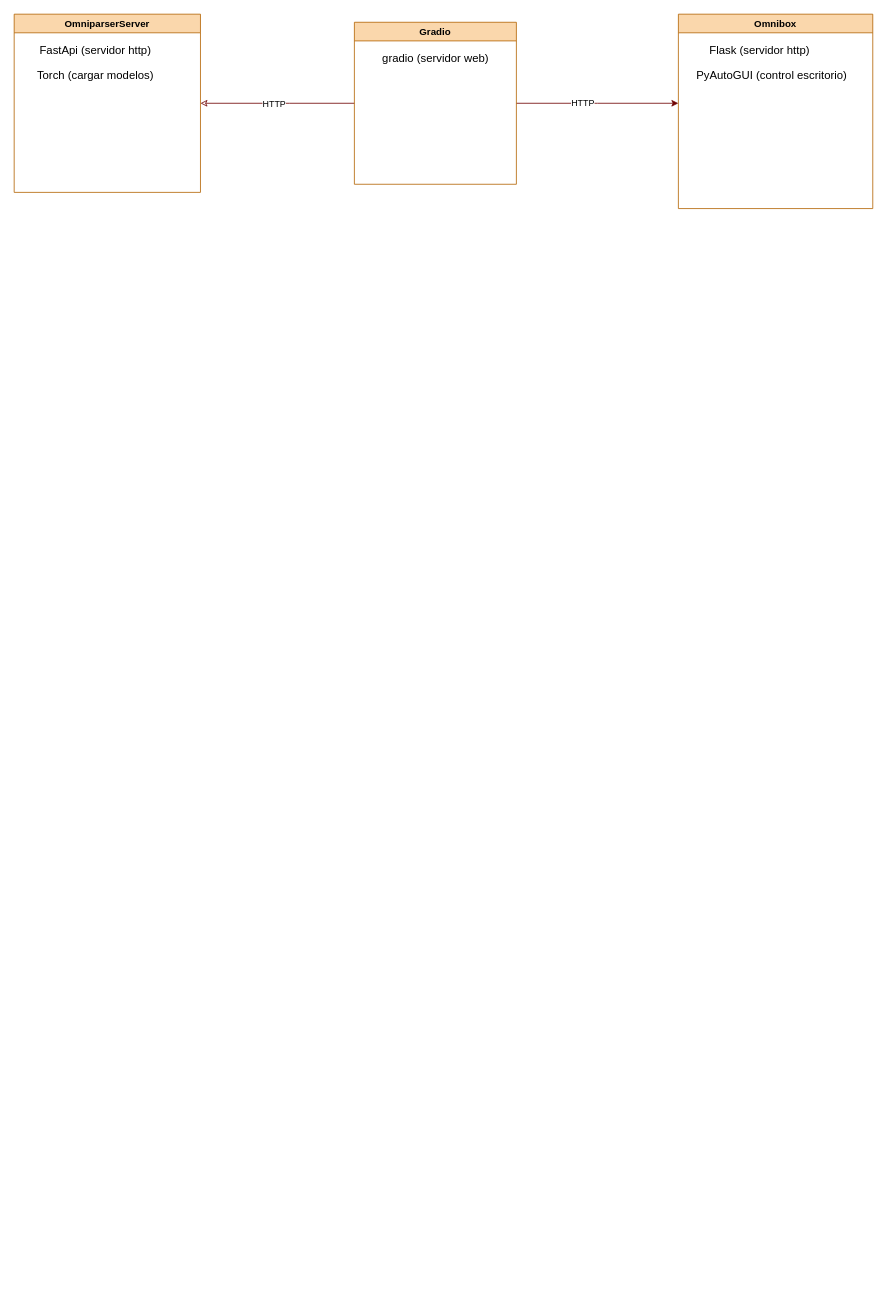
The draw.io diagram Arquitectura.drawio in Ever-417/Interfaz_Agente-Computadora, before the edit. Source tidied: cells renumbered, new cells numbered last; positions are measured from the earlier drawing's top-left corner, leaving out a move shared by most shapes. Both pictures are drawn from the tidied source at 81%, with x=0, y=0 at pixel (14, 14). Pictures stored in the file or linked from it are replaced by grey dashed boxes.
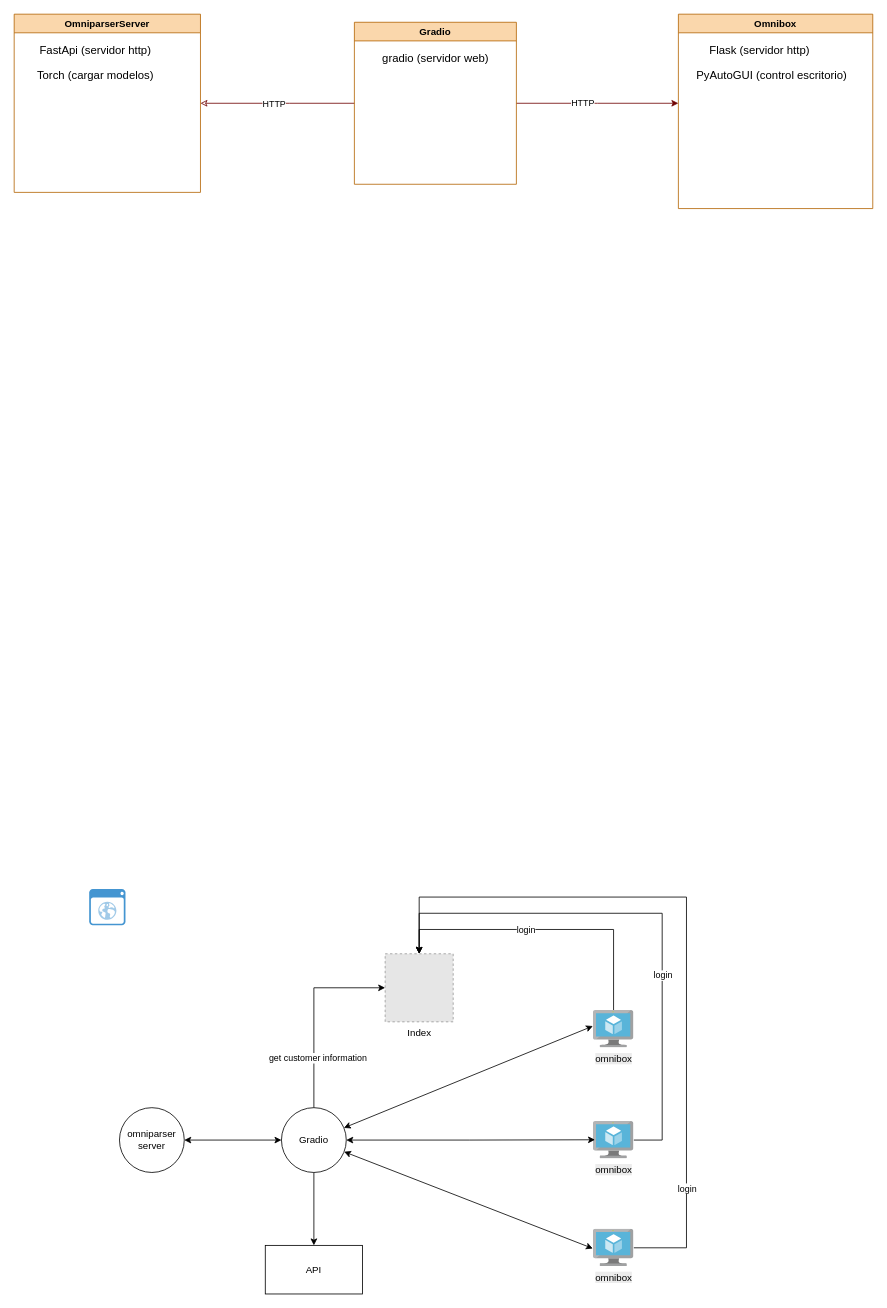
The same diagram, later.

Diff of the diagram source:
```diff
@@
+    <mxCell id="14" style="edgeStyle=orthogonalEdgeStyle;rounded=0;jettySize=auto;html=1;entryX=0;entryY=0.5;entryDx=0;entryDy=0;" parent="1" edge="1" source="17" target="20">
+      <mxGeometry relative="1" as="geometry">
+        <Array as="points">
+          <mxPoint x="370" y="1202" />
+        </Array>
+      </mxGeometry>
+    </mxCell>
+    <mxCell id="15" value="get customer information" style="edgeLabel;html=1;align=center;verticalAlign=middle;" parent="14" vertex="1">
+      <mxGeometry x="-0.36" y="-4" relative="1" as="geometry">
+        <mxPoint y="14" as="offset" />
+      </mxGeometry>
+    </mxCell>
+    <mxCell id="16" style="edgeStyle=orthogonalEdgeStyle;rounded=0;jettySize=auto;html=1;" parent="1" edge="1" source="17" target="21">
+      <mxGeometry relative="1" as="geometry" />
+    </mxCell>
+    <mxCell id="17" value="Gradio" style="ellipse;whiteSpace=wrap;html=1;" parent="1" vertex="1">
+      <mxGeometry x="330" y="1350" width="80" height="80" as="geometry" />
+    </mxCell>
+    <mxCell id="18" style="edgeStyle=orthogonalEdgeStyle;rounded=0;jettySize=auto;html=1;entryX=0;entryY=0.5;entryDx=0;entryDy=0;startArrow=classic;startFill=1;" parent="1" edge="1" source="19" target="17">
+      <mxGeometry relative="1" as="geometry" />
+    </mxCell>
+    <mxCell id="19" value="omniparser server" style="ellipse;whiteSpace=wrap;html=1;" parent="1" vertex="1">
+      <mxGeometry x="130" y="1350" width="80" height="80" as="geometry" />
+    </mxCell>
+    <mxCell id="20" value="Index" style="fillColor=#E6E6E6;strokeColor=#999999;dashed=1;html=1;verticalAlign=top;verticalLabelPosition=bottom;labelBackgroundColor=#ffffff;" parent="1" vertex="1">
+      <mxGeometry x="458" y="1160" width="84" height="84" as="geometry" />
+    </mxCell>
+    <mxCell id="21" value="API" style="whiteSpace=wrap;html=1;" parent="1" vertex="1">
+      <mxGeometry x="310" y="1520" width="120" height="60" as="geometry" />
+    </mxCell>
+    <mxCell id="22" style="edgeStyle=orthogonalEdgeStyle;rounded=0;jettySize=auto;html=1;entryX=0.5;entryY=0;entryDx=0;entryDy=0;" parent="1" edge="1" source="24" target="20">
+      <mxGeometry relative="1" as="geometry">
+        <Array as="points">
+          <mxPoint x="740" y="1130" />
+          <mxPoint x="500" y="1130" />
+        </Array>
+      </mxGeometry>
+    </mxCell>
+    <mxCell id="23" value="login" style="edgeLabel;html=1;align=center;verticalAlign=middle;" parent="22" vertex="1">
+      <mxGeometry x="-0.16" y="-3" relative="1" as="geometry">
+        <mxPoint x="-54" y="3" as="offset" />
+      </mxGeometry>
+    </mxCell>
+    <mxCell id="24" value="&lt;span style=&quot;text-wrap-mode: wrap; background-color: rgb(236, 236, 236);&quot;&gt;omnibox&lt;/span&gt;" style="image;sketch=0;html=1;points=[];align=center;fontSize=12;image=img/lib/mscae/Virtual_Machine.svg;" parent="1" vertex="1">
+      <mxGeometry x="715" y="1230" width="50" height="46" as="geometry" />
+    </mxCell>
+    <mxCell id="25" style="rounded=0;jettySize=auto;html=1;entryX=-0.012;entryY=0.419;entryDx=0;entryDy=0;entryPerimeter=0;startArrow=classic;startFill=1;" parent="1" edge="1" source="17" target="24">
+      <mxGeometry relative="1" as="geometry" />
+    </mxCell>
+    <mxCell id="26" style="edgeStyle=orthogonalEdgeStyle;rounded=0;jettySize=auto;html=1;entryX=0.5;entryY=0;entryDx=0;entryDy=0;" parent="1" edge="1" source="28" target="20">
+      <mxGeometry relative="1" as="geometry">
+        <Array as="points">
+          <mxPoint x="800" y="1390" />
+          <mxPoint x="800" y="1110" />
+          <mxPoint x="500" y="1110" />
+        </Array>
+      </mxGeometry>
+    </mxCell>
+    <mxCell id="27" value="login" style="edgeLabel;html=1;align=center;verticalAlign=middle;" parent="26" vertex="1">
+      <mxGeometry x="-0.28" relative="1" as="geometry" />
+    </mxCell>
+    <mxCell id="28" value="&lt;span style=&quot;text-wrap-mode: wrap; background-color: rgb(236, 236, 236);&quot;&gt;omnibox&lt;/span&gt;" style="image;sketch=0;html=1;points=[];align=center;fontSize=12;image=img/lib/mscae/Virtual_Machine.svg;" parent="1" vertex="1">
+      <mxGeometry x="715" y="1367" width="50" height="46" as="geometry" />
+    </mxCell>
+    <mxCell id="29" style="edgeStyle=orthogonalEdgeStyle;rounded=0;jettySize=auto;html=1;entryX=0.041;entryY=0.492;entryDx=0;entryDy=0;entryPerimeter=0;startArrow=classic;startFill=1;" parent="1" edge="1" source="17" target="28">
+      <mxGeometry relative="1" as="geometry" />
+    </mxCell>
+    <mxCell id="30" style="edgeStyle=orthogonalEdgeStyle;rounded=0;jettySize=auto;html=1;entryX=0.5;entryY=0;entryDx=0;entryDy=0;" parent="1" edge="1" source="32" target="20">
+      <mxGeometry relative="1" as="geometry">
+        <Array as="points">
+          <mxPoint x="830" y="1523" />
+          <mxPoint x="830" y="1090" />
+          <mxPoint x="500" y="1090" />
+        </Array>
+      </mxGeometry>
+    </mxCell>
+    <mxCell id="31" value="login" style="edgeLabel;html=1;align=center;verticalAlign=middle;" parent="30" vertex="1">
+      <mxGeometry x="-0.5" y="-4" relative="1" as="geometry">
+        <mxPoint x="-4" y="86" as="offset" />
+      </mxGeometry>
+    </mxCell>
+    <mxCell id="32" value="&lt;span style=&quot;text-wrap-mode: wrap; background-color: rgb(236, 236, 236);&quot;&gt;omnibox&lt;/span&gt;" style="image;sketch=0;html=1;points=[];align=center;fontSize=12;image=img/lib/mscae/Virtual_Machine.svg;" parent="1" vertex="1">
+      <mxGeometry x="715" y="1500" width="50" height="46" as="geometry" />
+    </mxCell>
+    <mxCell id="33" style="rounded=0;jettySize=auto;html=1;entryX=-0.012;entryY=0.518;entryDx=0;entryDy=0;entryPerimeter=0;startArrow=classic;startFill=1;" parent="1" edge="1" source="17" target="32">
+      <mxGeometry relative="1" as="geometry" />
+    </mxCell>
+    <mxCell id="34" style="shadow=0;dashed=0;html=1;strokeColor=none;fillColor=#4495D1;labelPosition=center;verticalLabelPosition=bottom;verticalAlign=top;align=center;shape=mxgraph.veeam.2d.web_ui;" parent="1" vertex="1">
+      <mxGeometry x="92.6" y="1080" width="44.8" height="44.8" as="geometry" />
+    </mxCell>
```
